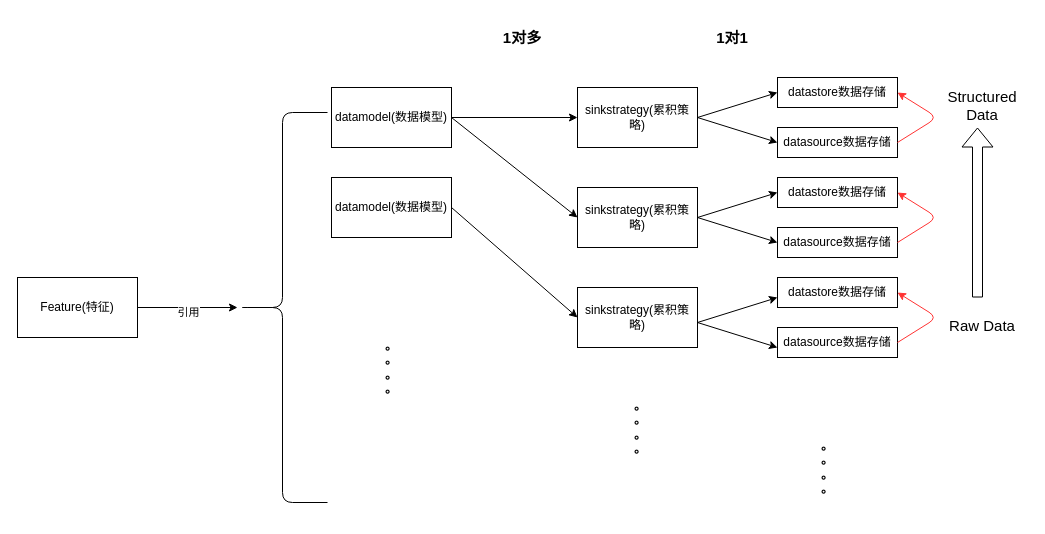
learn2Pro/draw_io_save keeps this draw.io diagram as feature_relation.drawio. Above is the earlier version. Source tidied: cells renumbered, new cells numbered last; positions are measured from the earlier drawing's top-left corner, leaving out a move shared by most shapes. Both pictures are drawn from the tidied source at 100%, with x=0, y=0 at pixel (17, 17).
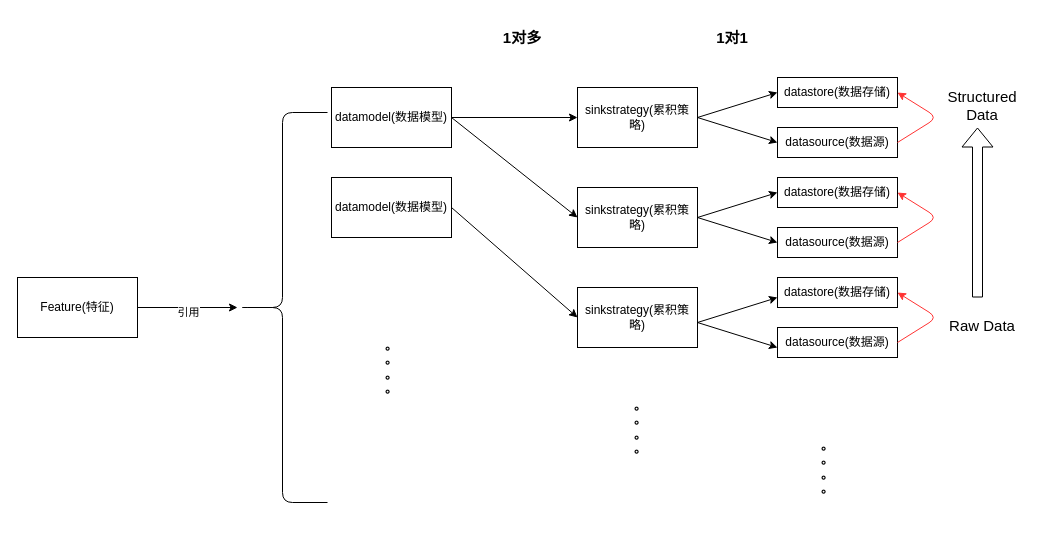
Above is the later version.

Change to the diagram source:
```diff
@@
-    <mxCell id="17" value="datastore数据存储" style="rounded=0;whiteSpace=wrap;html=1;" parent="1" vertex="1">
+    <mxCell id="17" value="datastore(数据存储)" style="rounded=0;whiteSpace=wrap;html=1;" parent="1" vertex="1">
       <mxGeometry x="760" y="60" width="120" height="30" as="geometry" />
     </mxCell>
-    <mxCell id="18" value="datasource数据存储" style="rounded=0;whiteSpace=wrap;html=1;" parent="1" vertex="1">
+    <mxCell id="18" value="datasource(数据源)" style="rounded=0;whiteSpace=wrap;html=1;" parent="1" vertex="1">
       <mxGeometry x="760" y="110" width="120" height="30" as="geometry" />
     </mxCell>
-    <mxCell id="19" value="datastore数据存储" style="rounded=0;whiteSpace=wrap;html=1;" parent="1" vertex="1">
+    <mxCell id="19" value="datastore(数据存储)" style="rounded=0;whiteSpace=wrap;html=1;" parent="1" vertex="1">
       <mxGeometry x="760" y="160" width="120" height="30" as="geometry" />
     </mxCell>
-    <mxCell id="20" value="datasource数据存储" style="rounded=0;whiteSpace=wrap;html=1;" parent="1" vertex="1">
+    <mxCell id="20" value="datasource(数据源)" style="rounded=0;whiteSpace=wrap;html=1;" parent="1" vertex="1">
       <mxGeometry x="760" y="210" width="120" height="30" as="geometry" />
     </mxCell>
-    <mxCell id="21" value="datastore数据存储" style="rounded=0;whiteSpace=wrap;html=1;" parent="1" vertex="1">
+    <mxCell id="21" value="datastore(数据存储)" style="rounded=0;whiteSpace=wrap;html=1;" parent="1" vertex="1">
       <mxGeometry x="760" y="260" width="120" height="30" as="geometry" />
     </mxCell>
-    <mxCell id="22" value="datasource数据存储" style="rounded=0;whiteSpace=wrap;html=1;" parent="1" vertex="1">
+    <mxCell id="22" value="datasource(数据源)" style="rounded=0;whiteSpace=wrap;html=1;" parent="1" vertex="1">
       <mxGeometry x="760" y="310" width="120" height="30" as="geometry" />
     </mxCell>
```
